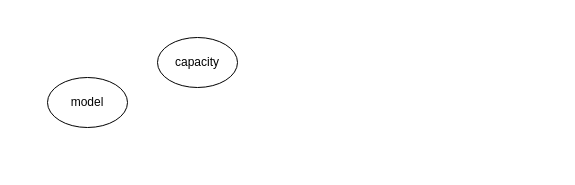
Earlier version of the draw.io diagram Untitled Diagram.drawio (lywamr/discrete-fourie-transform-project). Source tidied: cells renumbered, new cells numbered last; positions are measured from the earlier drawing's top-left corner, leaving out a move shared by most shapes. Both pictures are drawn from the tidied source at 100%, with x=0, y=0 at pixel (47, 37).
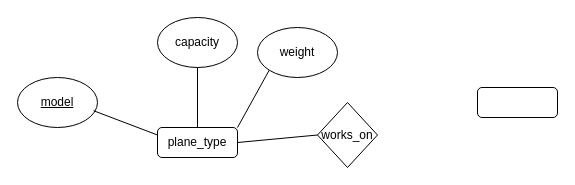
The same page after the edit.

Diff of the diagram source:
```diff
@@
 <mxGraphModel>
   <root>
     <mxCell id="0" />
     <mxCell id="1" parent="0" />
-    <mxCell id="2" value="model" style="ellipse;whiteSpace=wrap;html=1;" parent="1" vertex="1">
-      <mxGeometry y="40" width="80" height="50" as="geometry" />
+    <mxCell id="2" value="&lt;u&gt;model&lt;/u&gt;" style="ellipse;whiteSpace=wrap;html=1;strokeColor=#000000;" parent="1" vertex="1">
+      <mxGeometry x="-30" y="40" width="80" height="50" as="geometry" />
     </mxCell>
     <mxCell id="3" value="capacity" style="ellipse;whiteSpace=wrap;html=1;" parent="1" vertex="1">
-      <mxGeometry x="110" width="80" height="50" as="geometry" />
+      <mxGeometry x="110" y="-20" width="80" height="50" as="geometry" />
     </mxCell>
+    <mxCell id="4" value="weight" style="ellipse;whiteSpace=wrap;html=1;" parent="1" vertex="1">
+      <mxGeometry x="210" y="-10" width="80" height="50" as="geometry" />
+    </mxCell>
+    <mxCell id="5" value="plane_type" style="rounded=1;whiteSpace=wrap;html=1;" parent="1" vertex="1">
+      <mxGeometry x="110" y="90" width="80" height="30" as="geometry" />
+    </mxCell>
+    <mxCell id="6" style="endArrow=none;html=1;rounded=0;exitX=0.95;exitY=0.664;exitDx=0;exitDy=0;exitPerimeter=0;entryX=0;entryY=0.25;entryDx=0;entryDy=0;" parent="1" edge="1" source="2" target="5">
+      <mxGeometry relative="1" as="geometry" />
+    </mxCell>
+    <mxCell id="7" style="endArrow=none;html=1;rounded=0;entryX=0.5;entryY=1;entryDx=0;entryDy=0;exitX=0.5;exitY=0;exitDx=0;exitDy=0;" parent="1" edge="1" source="5" target="3">
+      <mxGeometry relative="1" as="geometry" />
+    </mxCell>
+    <mxCell id="8" style="endArrow=none;html=1;rounded=0;entryX=0;entryY=1;entryDx=0;entryDy=0;exitX=1;exitY=0;exitDx=0;exitDy=0;" parent="1" edge="1" source="5" target="4">
+      <mxGeometry relative="1" as="geometry" />
+    </mxCell>
+    <mxCell id="9" value="works_on" style="rhombus;whiteSpace=wrap;html=1;" parent="1" vertex="1">
+      <mxGeometry x="270" y="65" width="60" height="65" as="geometry" />
+    </mxCell>
+    <mxCell id="10" style="endArrow=none;html=1;rounded=0;exitX=1;exitY=0.5;exitDx=0;exitDy=0;entryX=0;entryY=0.5;entryDx=0;entryDy=0;" parent="1" edge="1" source="5" target="9">
+      <mxGeometry relative="1" as="geometry" />
+    </mxCell>
+    <mxCell id="11" style="rounded=1;whiteSpace=wrap;html=1;" parent="1" vertex="1">
+      <mxGeometry x="430" y="50" width="80" height="30" as="geometry" />
+    </mxCell>
   </root>
 </mxGraphModel>
```
